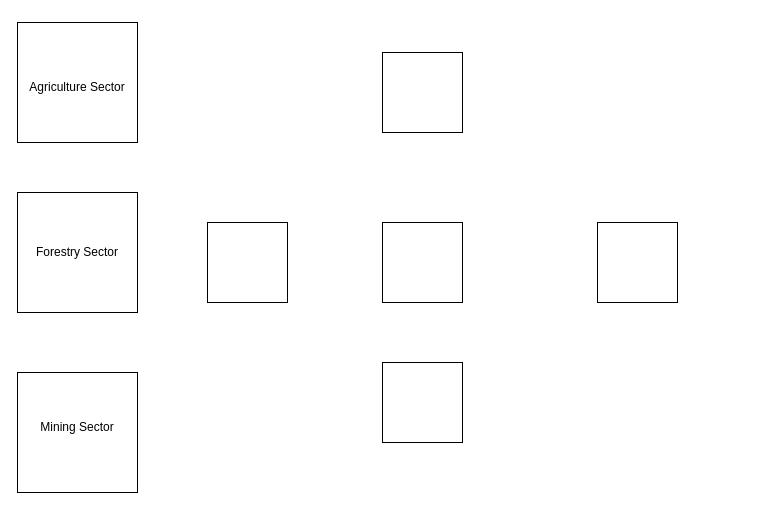
The draw.io diagram utils/Untitled Diagram.drawio in anapitalai/apec, before the edit. Source tidied: cells renumbered, new cells numbered last; positions are measured from the earlier drawing's top-left corner, leaving out a move shared by most shapes. Both pictures are drawn from the tidied source at 100%, with x=0, y=0 at pixel (17, 22).
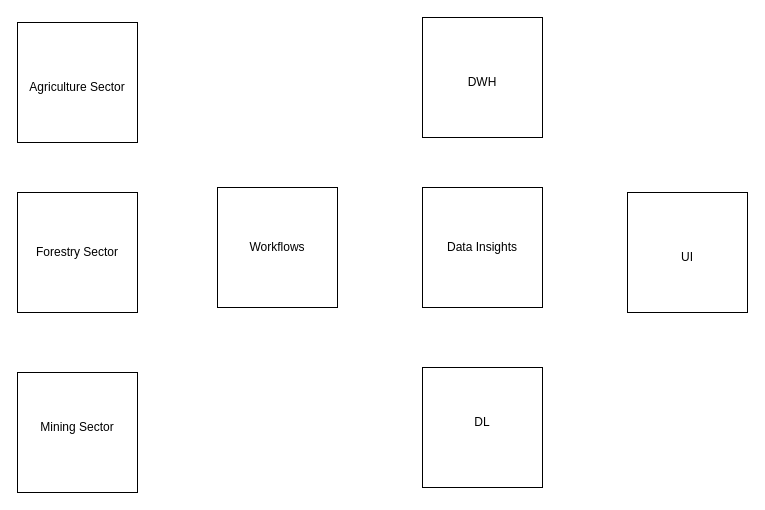
Above is the later version.

Diff of the diagram source:
```diff
@@
 <mxGraphModel>
   <root>
     <mxCell id="0" />
     <mxCell id="1" parent="0" />
     <mxCell id="2" style="whiteSpace=wrap;html=1;" parent="1" vertex="1">
       <mxGeometry width="120" height="120" as="geometry" />
     </mxCell>
-    <mxCell id="3" style="whiteSpace=wrap;html=1;" parent="1" vertex="1">
-      <mxGeometry x="190" y="200" width="80" height="80" as="geometry" />
-    </mxCell>
-    <mxCell id="4" style="whiteSpace=wrap;html=1;" parent="1" vertex="1">
-      <mxGeometry x="365" y="30" width="80" height="80" as="geometry" />
-    </mxCell>
-    <mxCell id="5" style="whiteSpace=wrap;html=1;" parent="1" vertex="1">
-      <mxGeometry x="365" y="340" width="80" height="80" as="geometry" />
-    </mxCell>
-    <mxCell id="6" style="whiteSpace=wrap;html=1;" parent="1" vertex="1">
-      <mxGeometry x="365" y="200" width="80" height="80" as="geometry" />
-    </mxCell>
-    <mxCell id="7" style="whiteSpace=wrap;html=1;" parent="1" vertex="1">
-      <mxGeometry x="580" y="200" width="80" height="80" as="geometry" />
-    </mxCell>
     <mxCell id="8" style="whiteSpace=wrap;html=1;" parent="1" vertex="1">
       <mxGeometry y="170" width="120" height="120" as="geometry" />
     </mxCell>
     <mxCell id="9" style="whiteSpace=wrap;html=1;" parent="1" vertex="1">
       <mxGeometry y="350" width="120" height="120" as="geometry" />
     </mxCell>
     <mxCell id="10" value="Agriculture Sector" style="text;html=1;align=center;verticalAlign=middle;whiteSpace=wrap;rounded=0;" parent="1" vertex="1">
       <mxGeometry x="5" y="30" width="110" height="70" as="geometry" />
     </mxCell>
     <mxCell id="11" value="Forestry Sector" style="text;html=1;align=center;verticalAlign=middle;whiteSpace=wrap;rounded=0;" parent="1" vertex="1">
       <mxGeometry x="5" y="195" width="110" height="70" as="geometry" />
     </mxCell>
     <mxCell id="12" value="Mining Sector" style="text;html=1;align=center;verticalAlign=middle;whiteSpace=wrap;rounded=0;" parent="1" vertex="1">
       <mxGeometry x="5" y="370" width="110" height="70" as="geometry" />
     </mxCell>
+    <mxCell id="13" style="whiteSpace=wrap;html=1;" parent="1" vertex="1">
+      <mxGeometry x="405" y="-5" width="120" height="120" as="geometry" />
+    </mxCell>
+    <mxCell id="14" style="whiteSpace=wrap;html=1;" parent="1" vertex="1">
+      <mxGeometry x="405" y="165" width="120" height="120" as="geometry" />
+    </mxCell>
+    <mxCell id="15" style="whiteSpace=wrap;html=1;" parent="1" vertex="1">
+      <mxGeometry x="405" y="345" width="120" height="120" as="geometry" />
+    </mxCell>
+    <mxCell id="16" value="DWH" style="text;html=1;align=center;verticalAlign=middle;whiteSpace=wrap;rounded=0;" parent="1" vertex="1">
+      <mxGeometry x="410" y="25" width="110" height="70" as="geometry" />
+    </mxCell>
+    <mxCell id="17" value="Data Insights" style="text;html=1;align=center;verticalAlign=middle;whiteSpace=wrap;rounded=0;" parent="1" vertex="1">
+      <mxGeometry x="410" y="190" width="110" height="70" as="geometry" />
+    </mxCell>
+    <mxCell id="18" value="DL" style="text;html=1;align=center;verticalAlign=middle;whiteSpace=wrap;rounded=0;" parent="1" vertex="1">
+      <mxGeometry x="410" y="365" width="110" height="70" as="geometry" />
+    </mxCell>
+    <mxCell id="19" style="whiteSpace=wrap;html=1;" parent="1" vertex="1">
+      <mxGeometry x="200" y="165" width="120" height="120" as="geometry" />
+    </mxCell>
+    <mxCell id="20" value="Workflows" style="text;html=1;align=center;verticalAlign=middle;whiteSpace=wrap;rounded=0;" parent="1" vertex="1">
+      <mxGeometry x="205" y="190" width="110" height="70" as="geometry" />
+    </mxCell>
+    <mxCell id="21" style="whiteSpace=wrap;html=1;" parent="1" vertex="1">
+      <mxGeometry x="610" y="170" width="120" height="120" as="geometry" />
+    </mxCell>
+    <mxCell id="22" value="UI" style="text;html=1;align=center;verticalAlign=middle;whiteSpace=wrap;rounded=0;" parent="1" vertex="1">
+      <mxGeometry x="615" y="200" width="110" height="70" as="geometry" />
+    </mxCell>
   </root>
 </mxGraphModel>
```
